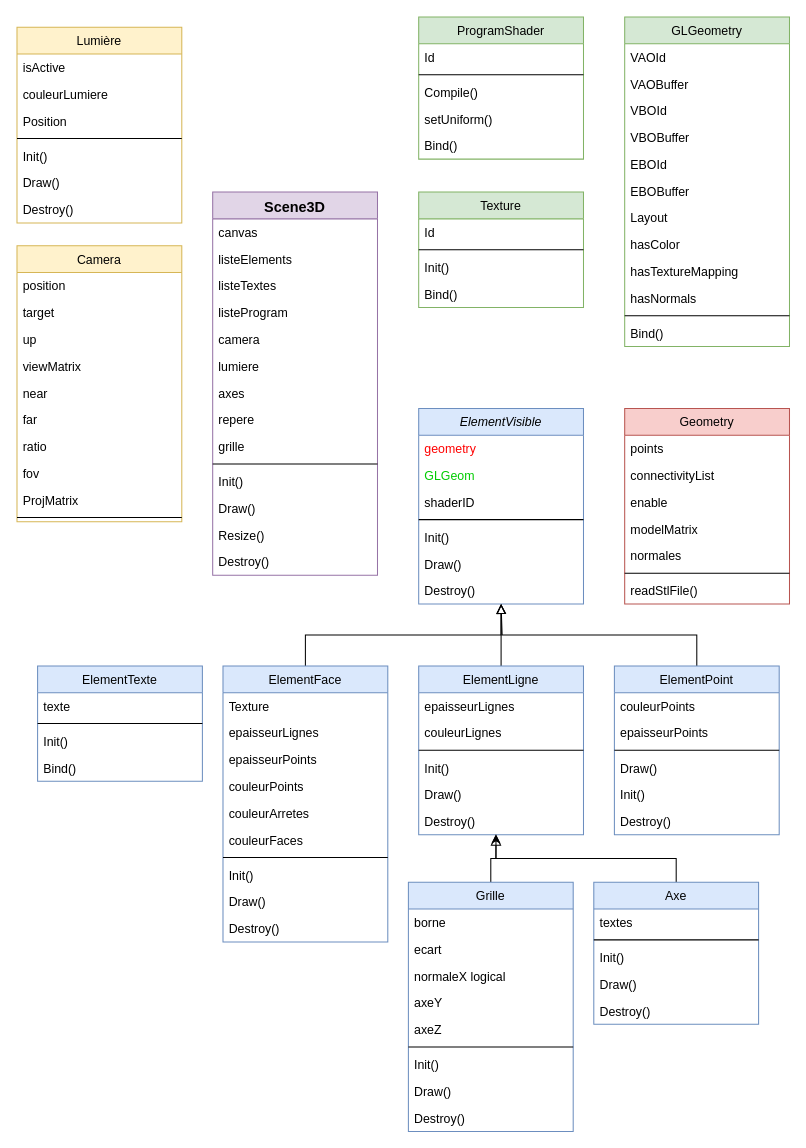
This is Architecture/architectureDiagram.drawio from Alex4969/OpenGL_MatlabToolbox, a draw.io file, before an edit. Source tidied: cells renumbered, new cells numbered last; positions are measured from the earlier drawing's top-left corner, leaving out a move shared by most shapes. Both pictures are drawn from the tidied source at 103%, with x=0, y=0 at pixel (16, 16).
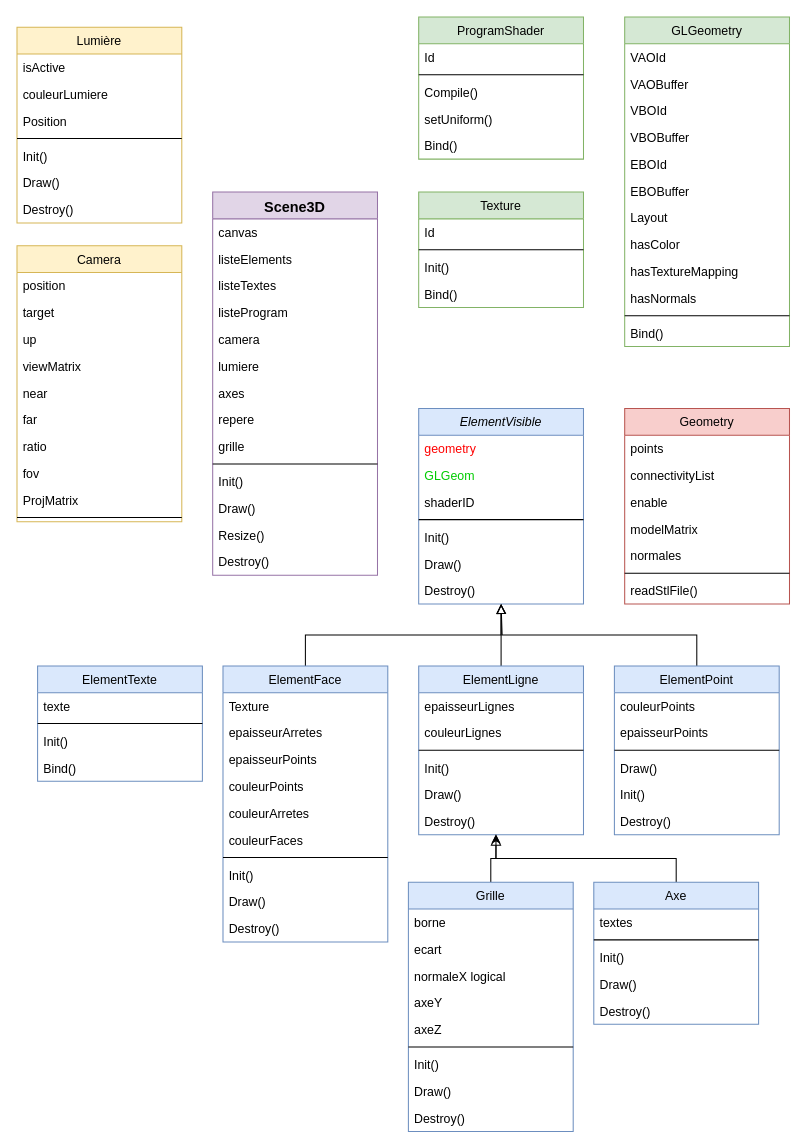
After the change.

Unchanged cells that the change refers to:
```xml
<mxCell id="88" value="ElementFace" style="swimlane;fontStyle=0;align=center;verticalAlign=top;horizontal=1;startSize=26;rounded=0;shadow=0;strokeWidth=1;fillColor=#dae8fc;strokeColor=#6c8ebf;" parent="1" vertex="1">
  <mxGeometry x="200" y="630" width="160" height="268" as="geometry" />
</mxCell>
```

Change to the diagram source:
```diff
@@
-    <mxCell id="90" value="epaisseurLignes" style="text;align=left;verticalAlign=top;spacingLeft=4;spacingRight=4;overflow=hidden;rounded=0;shadow=0;html=0;" parent="88" vertex="1">
+    <mxCell id="90" value="epaisseurArretes" style="text;align=left;verticalAlign=top;spacingLeft=4;spacingRight=4;overflow=hidden;rounded=0;shadow=0;html=0;" parent="88" vertex="1">
       <mxGeometry y="52" width="160" height="26" as="geometry" />
     </mxCell>
```
